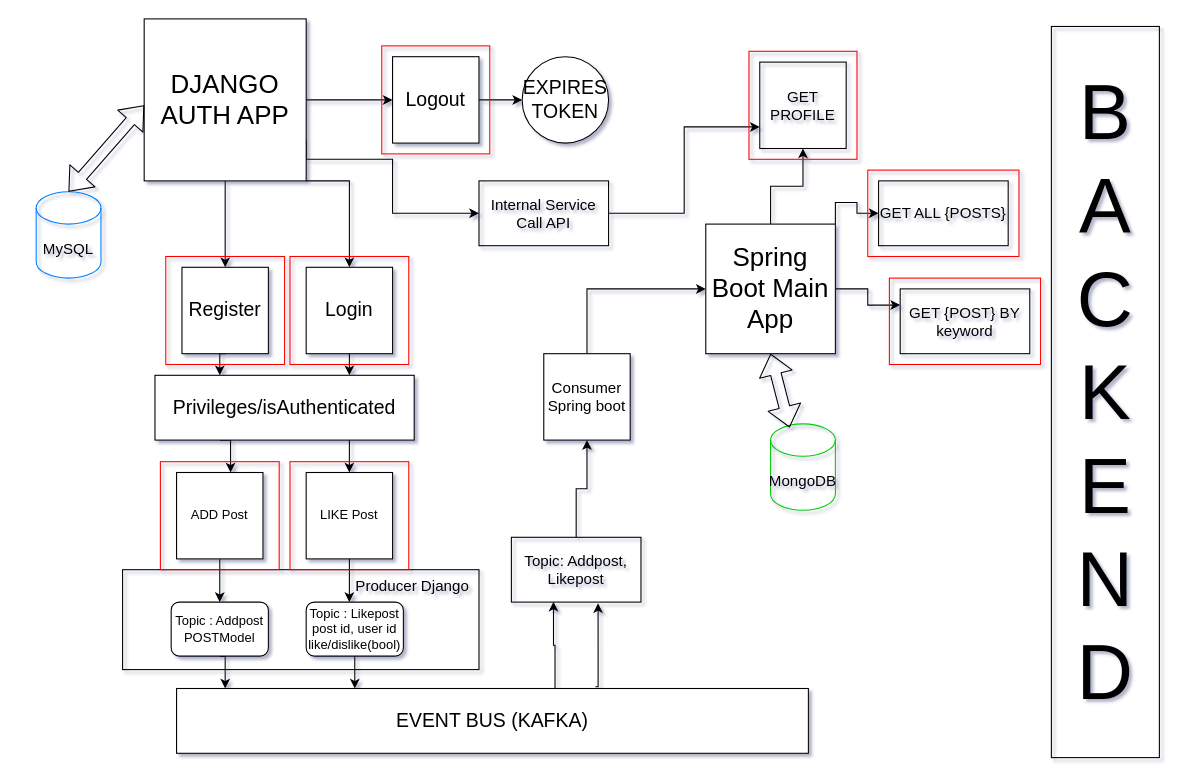
The draw.io diagram page "Architectural design" (1 of 3) of storywory.drawio in robiee97/storywory, before the edit. Source tidied: cells renumbered, new cells numbered last; positions are measured from the earlier drawing's top-left corner, leaving out a move shared by most shapes. Both pictures are drawn from the tidied source at 108%, with x=0, y=0 at pixel (36, 18).
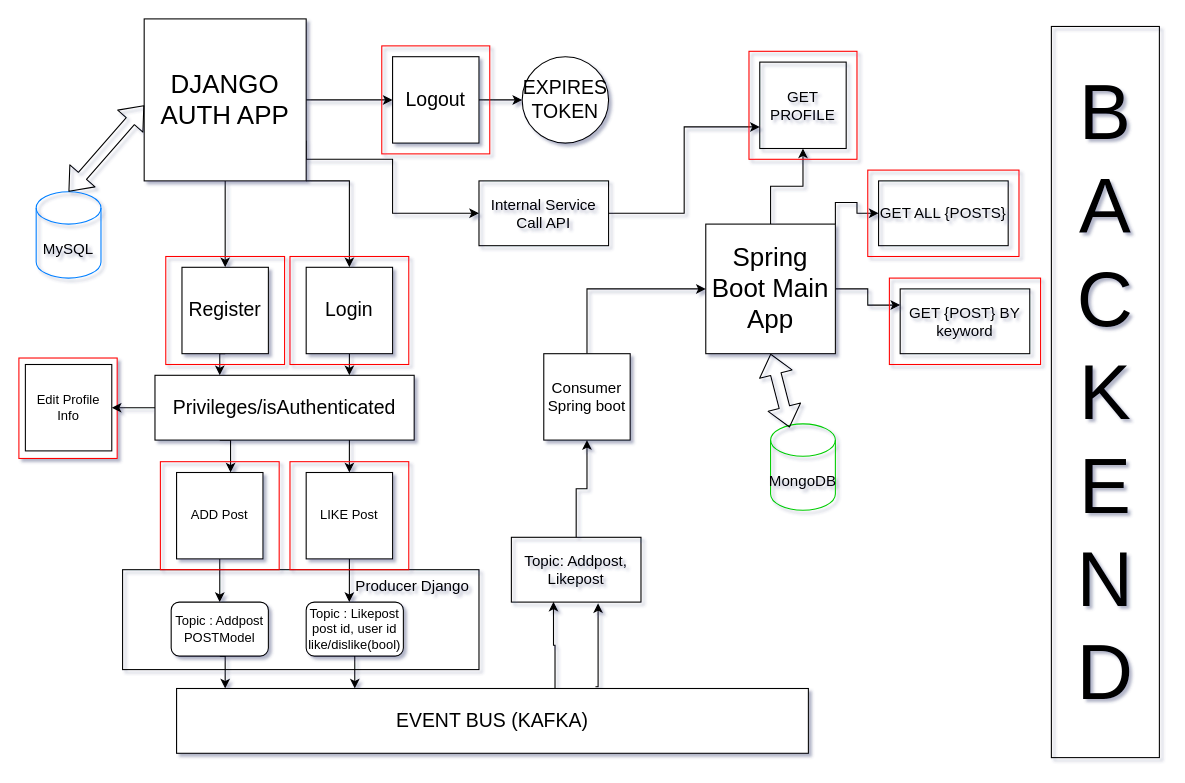
After the change.

The change refers to these unchanged cells:
```xml
<mxCell id="17" value="&lt;font style=&quot;font-size: 18px&quot;&gt;Privileges/isAuthenticated&lt;/font&gt;" style="rounded=0;whiteSpace=wrap;html=1;" parent="1" vertex="1">
  <mxGeometry x="110" y="330" width="240" height="60" as="geometry" />
</mxCell>
```

Diff of the diagram source:
```diff
@@
+    <mxCell id="56" style="rounded=0;whiteSpace=wrap;html=1;strokeColor=#FF0000;" parent="1" vertex="1">
+      <mxGeometry x="-16" y="314" width="91" height="93" as="geometry" />
+    </mxCell>
@@
+    <mxCell id="57" style="edgeStyle=orthogonalEdgeStyle;rounded=0;jettySize=auto;html=1;exitX=0;exitY=0.5;exitDx=0;exitDy=0;entryX=1;entryY=0.5;entryDx=0;entryDy=0;" parent="1" edge="1" source="17" target="58">
+      <mxGeometry relative="1" as="geometry" />
+    </mxCell>
@@
+    <mxCell id="58" value="Edit Profile Info" style="whiteSpace=wrap;html=1;" parent="1" vertex="1">
+      <mxGeometry x="-10" y="320" width="80" height="80" as="geometry" />
+    </mxCell>
```
